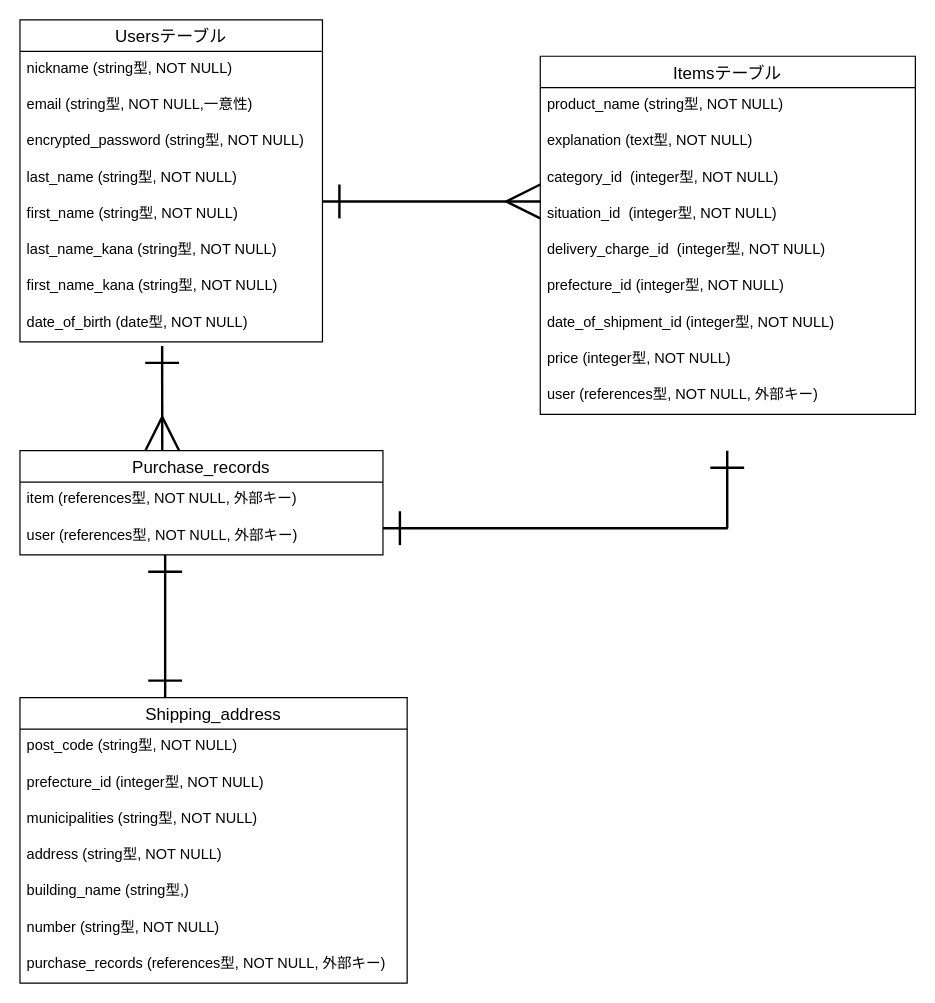
Above: er.dio in TUGU617/furima-39351 (draw.io), before the change. Source tidied: cells renumbered, new cells numbered last; positions are measured from the earlier drawing's top-left corner, leaving out a move shared by most shapes. Both pictures are drawn from the tidied source at 121%, with x=0, y=0 at pixel (19, 19).
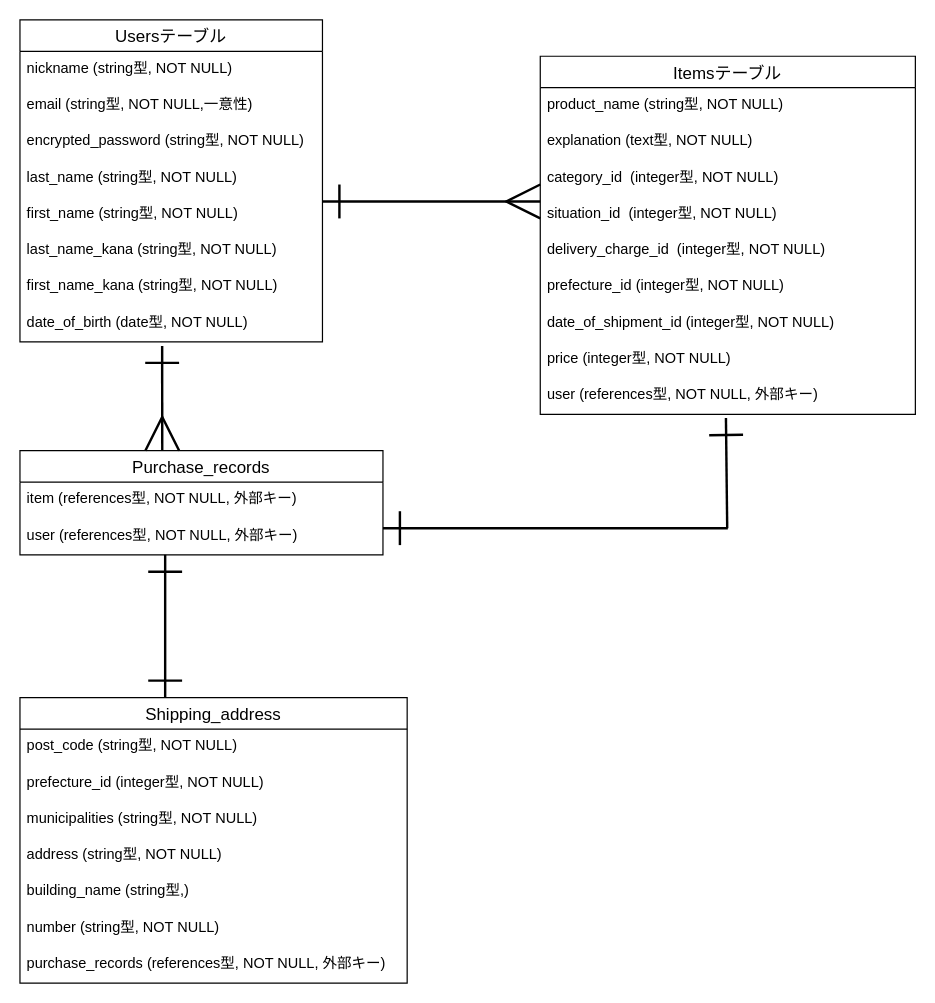
Above is the later version.

Commit message:
データベース設計4

The change refers to these unchanged cells:
```xml
<mxCell id="21" value="user (references型, NOT NULL, 外部キー)" style="text;strokeColor=none;fillColor=none;spacingLeft=4;spacingRight=4;overflow=hidden;points=[[0,0.5],[1,0.5]];portConstraint=eastwest;fontSize=12;" parent="12" vertex="1">
  <mxGeometry y="266" width="310" height="30" as="geometry" />
</mxCell>
```

The edit, as a diff of the source:
```diff
@@
-    <mxCell id="11" style="edgeStyle=none;rounded=0;html=1;strokeWidth=2;startArrow=ERone;startFill=0;endArrow=none;endFill=0;startSize=25;endSize=25;sourcePerimeterSpacing=0;targetPerimeterSpacing=0;" parent="1" edge="1">
+    <mxCell id="11" style="edgeStyle=none;rounded=0;html=1;strokeWidth=2;startArrow=ERone;startFill=0;endArrow=none;endFill=0;startSize=25;endSize=25;sourcePerimeterSpacing=0;targetPerimeterSpacing=0;exitX=0.495;exitY=1.1;exitDx=0;exitDy=0;exitPerimeter=0;" parent="1" edge="1" source="21">
       <mxGeometry relative="1" as="geometry">
-        <mxPoint x="584.5" y="356" as="sourcePoint" />
         <mxPoint x="584.5" y="420" as="targetPoint" />
       </mxGeometry>
     </mxCell>
```
